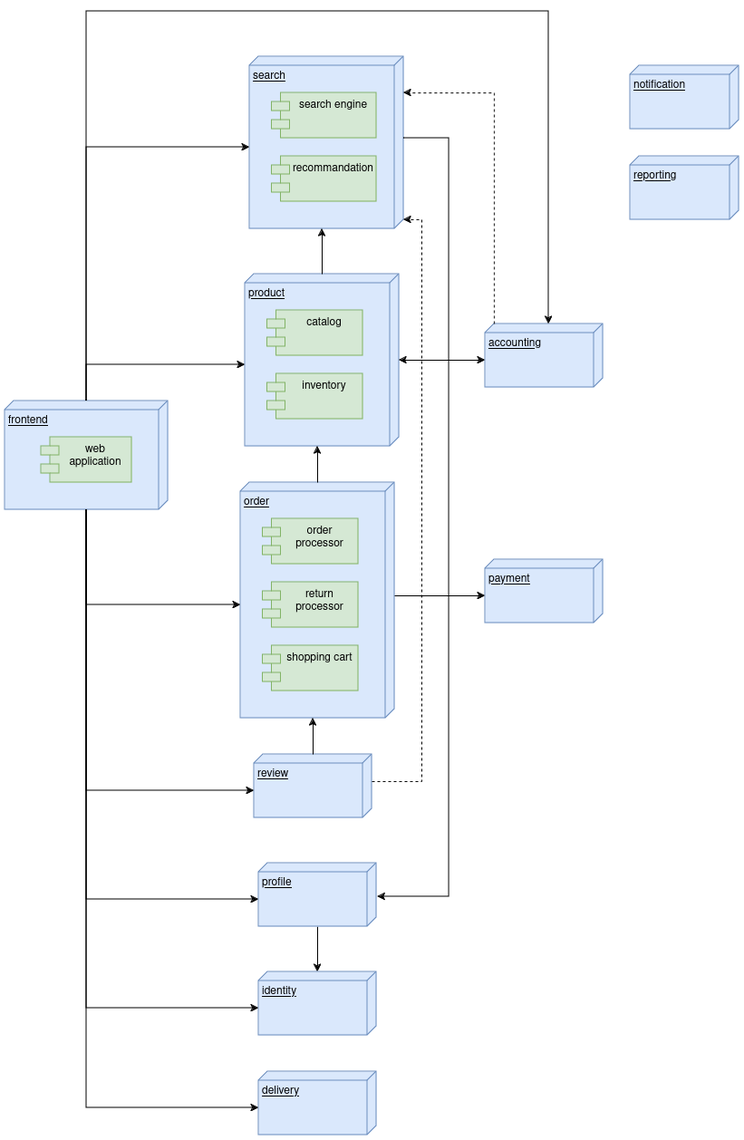
The draw.io diagram workflows/components_architecture.png in movies-albrains/.github, before a commit. Source tidied: cells renumbered, new cells last; positions are measured from the earlier drawing's top-left corner, leaving out a move shared by most shapes.
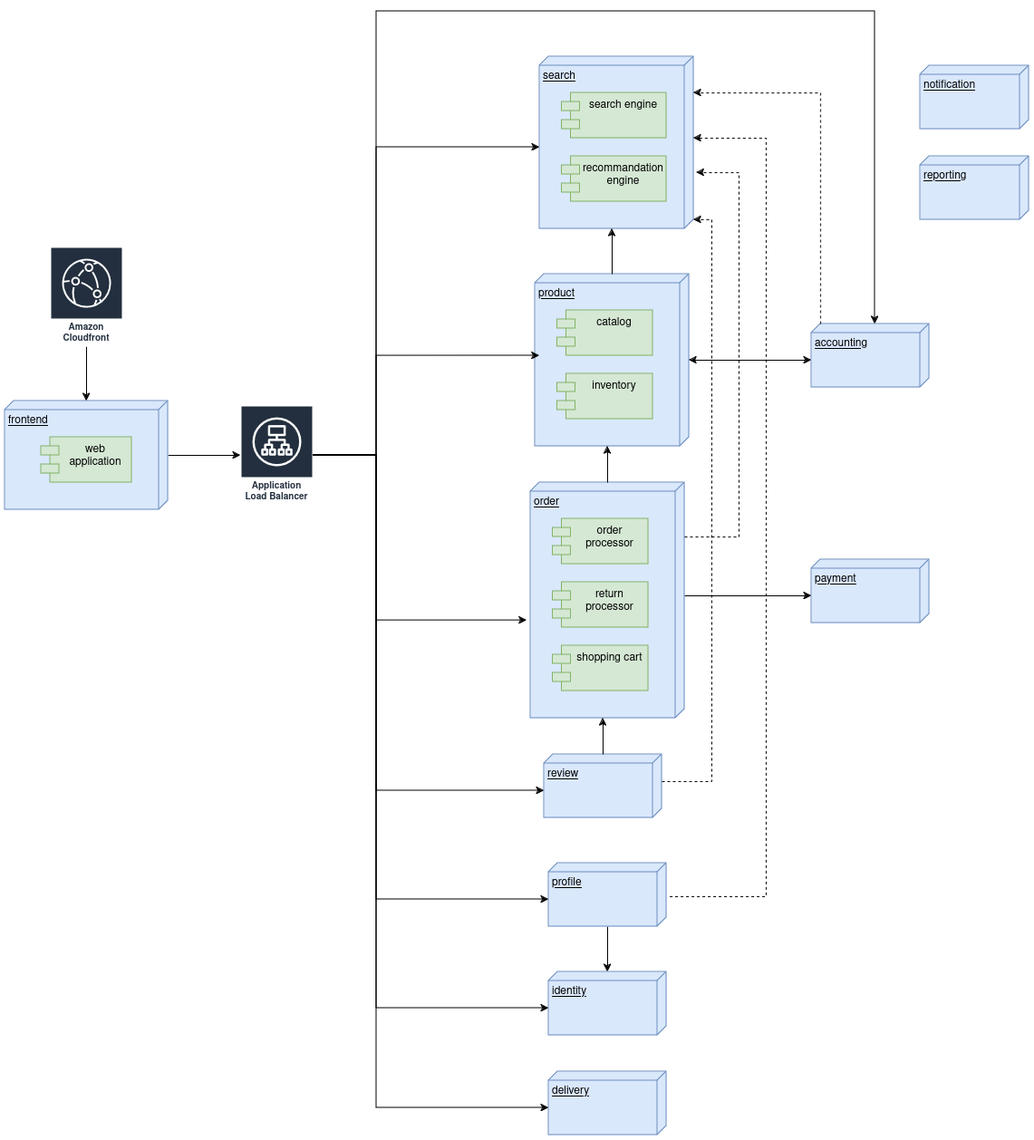
After the change.

Diff of the diagram source:
```diff
@@ -2,8 +2,11 @@
   <root>
     <mxCell id="0" />
     <mxCell id="1" parent="0" />
+    <mxCell id="39" style="edgeStyle=orthogonalEdgeStyle;rounded=0;jettySize=auto;html=1;" parent="1" edge="1" source="2" target="41">
+      <mxGeometry relative="1" as="geometry" />
+    </mxCell>
     <mxCell id="2" value="frontend" style="verticalAlign=top;align=left;spacingTop=8;spacingLeft=2;spacingRight=12;shape=cube;size=10;direction=south;fontStyle=4;html=1;whiteSpace=wrap;fillColor=#dae8fc;strokeColor=#6c8ebf;" parent="1" vertex="1">
-      <mxGeometry y="430" width="180" height="120" as="geometry" />
+      <mxGeometry x="-320" y="430" width="180" height="120" as="geometry" />
     </mxCell>
     <mxCell id="3" value="web application" style="shape=module;align=left;spacingLeft=20;align=center;verticalAlign=top;whiteSpace=wrap;html=1;fillColor=#d5e8d4;strokeColor=#82b366;" parent="2" vertex="1">
       <mxGeometry x="40" y="40" width="100" height="50" as="geometry" />
@@ -21,10 +24,10 @@
       <mxGeometry x="24.5" y="180" width="105.5" height="50" as="geometry" />
     </mxCell>
     <mxCell id="8" value="accounting" style="verticalAlign=top;align=left;spacingTop=8;spacingLeft=2;spacingRight=12;shape=cube;size=10;direction=south;fontStyle=4;html=1;whiteSpace=wrap;fillColor=#dae8fc;strokeColor=#6c8ebf;" parent="1" vertex="1">
-      <mxGeometry x="530" y="345" width="130" height="70" as="geometry" />
+      <mxGeometry x="570" y="345" width="130" height="70" as="geometry" />
     </mxCell>
     <mxCell id="9" value="payment" style="verticalAlign=top;align=left;spacingTop=8;spacingLeft=2;spacingRight=12;shape=cube;size=10;direction=south;fontStyle=4;html=1;whiteSpace=wrap;fillColor=#dae8fc;strokeColor=#6c8ebf;" parent="1" vertex="1">
-      <mxGeometry x="530" y="605" width="130" height="70" as="geometry" />
+      <mxGeometry x="570" y="605" width="130" height="70" as="geometry" />
     </mxCell>
     <mxCell id="10" value="notification" style="verticalAlign=top;align=left;spacingTop=8;spacingLeft=2;spacingRight=12;shape=cube;size=10;direction=south;fontStyle=4;html=1;whiteSpace=wrap;fillColor=#dae8fc;strokeColor=#6c8ebf;" parent="1" vertex="1">
       <mxGeometry x="690" y="60" width="120" height="70" as="geometry" />
@@ -59,7 +62,7 @@
     <mxCell id="20" value="search engine" style="shape=module;align=left;spacingLeft=20;align=center;verticalAlign=top;whiteSpace=wrap;html=1;fillColor=#d5e8d4;strokeColor=#82b366;" parent="19" vertex="1">
       <mxGeometry x="24.5" y="40" width="115.5" height="50" as="geometry" />
     </mxCell>
-    <mxCell id="21" value="recommandation" style="shape=module;align=left;spacingLeft=20;align=center;verticalAlign=top;whiteSpace=wrap;html=1;fillColor=#d5e8d4;strokeColor=#82b366;" parent="19" vertex="1">
+    <mxCell id="21" value="recommandation engine" style="shape=module;align=left;spacingLeft=20;align=center;verticalAlign=top;whiteSpace=wrap;html=1;fillColor=#d5e8d4;strokeColor=#82b366;" parent="19" vertex="1">
       <mxGeometry x="24.5" y="110" width="115.5" height="50" as="geometry" />
     </mxCell>
     <mxCell id="22" value="delivery" style="verticalAlign=top;align=left;spacingTop=8;spacingLeft=2;spacingRight=12;shape=cube;size=10;direction=south;fontStyle=4;html=1;whiteSpace=wrap;fillColor=#dae8fc;strokeColor=#6c8ebf;" parent="1" vertex="1">
@@ -71,71 +74,30 @@
     <mxCell id="24" style="edgeStyle=orthogonalEdgeStyle;rounded=0;jettySize=auto;html=1;entryX=0;entryY=0;entryDx=40;entryDy=130;entryPerimeter=0;startArrow=classic;startFill=1;" parent="1" edge="1" source="12" target="8">
       <mxGeometry relative="1" as="geometry" />
     </mxCell>
-    <mxCell id="25" style="edgeStyle=orthogonalEdgeStyle;rounded=0;jettySize=auto;html=1;exitX=0;exitY=0;exitDx=90;exitDy=0;exitPerimeter=0;entryX=0.529;entryY=-0.008;entryDx=0;entryDy=0;entryPerimeter=0;" parent="1" edge="1" source="19" target="16">
+    <mxCell id="25" style="edgeStyle=orthogonalEdgeStyle;rounded=0;jettySize=auto;html=1;exitX=0;exitY=0;exitDx=90;exitDy=0;exitPerimeter=0;entryX=0.529;entryY=-0.008;entryDx=0;entryDy=0;entryPerimeter=0;dashed=1;startArrow=classic;startFill=1;endArrow=none;endFill=0;" parent="1" edge="1" source="19" target="16">
       <mxGeometry relative="1" as="geometry">
         <Array as="points">
-          <mxPoint x="490" y="140" />
-          <mxPoint x="490" y="977" />
+          <mxPoint x="520" y="140" />
+          <mxPoint x="520" y="977" />
         </Array>
       </mxGeometry>
     </mxCell>
-    <mxCell id="26" style="edgeStyle=orthogonalEdgeStyle;rounded=0;jettySize=auto;html=1;entryX=0;entryY=0;entryDx=100;entryDy=170;entryPerimeter=0;" parent="1" edge="1" source="2" target="12">
-      <mxGeometry relative="1" as="geometry">
-        <Array as="points">
-          <mxPoint x="90" y="390" />
-        </Array>
-      </mxGeometry>
-    </mxCell>
-    <mxCell id="27" style="edgeStyle=orthogonalEdgeStyle;rounded=0;jettySize=auto;html=1;entryX=0;entryY=0;entryDx=135;entryDy=170;entryPerimeter=0;" parent="1" edge="1" source="2" target="4">
-      <mxGeometry relative="1" as="geometry">
-        <Array as="points">
-          <mxPoint x="90" y="655" />
-        </Array>
-      </mxGeometry>
-    </mxCell>
-    <mxCell id="28" style="edgeStyle=orthogonalEdgeStyle;rounded=0;jettySize=auto;html=1;entryX=0;entryY=0;entryDx=40;entryDy=130;entryPerimeter=0;" parent="1" edge="1" source="2" target="18">
-      <mxGeometry relative="1" as="geometry">
-        <Array as="points">
-          <mxPoint x="90" y="860" />
-        </Array>
-      </mxGeometry>
-    </mxCell>
-    <mxCell id="29" style="edgeStyle=orthogonalEdgeStyle;rounded=0;jettySize=auto;html=1;entryX=0;entryY=0;entryDx=40;entryDy=130;entryPerimeter=0;" parent="1" edge="1" source="2" target="16">
-      <mxGeometry relative="1" as="geometry">
-        <Array as="points">
-          <mxPoint x="90" y="980" />
-        </Array>
-      </mxGeometry>
-    </mxCell>
-    <mxCell id="30" style="edgeStyle=orthogonalEdgeStyle;rounded=0;jettySize=auto;html=1;entryX=0;entryY=0;entryDx=40;entryDy=130;entryPerimeter=0;" parent="1" edge="1" source="2" target="17">
-      <mxGeometry relative="1" as="geometry">
-        <Array as="points">
-          <mxPoint x="90" y="1100" />
-        </Array>
-      </mxGeometry>
-    </mxCell>
-    <mxCell id="31" style="edgeStyle=orthogonalEdgeStyle;rounded=0;jettySize=auto;html=1;entryX=0;entryY=0;entryDx=40;entryDy=130;entryPerimeter=0;" parent="1" edge="1" source="2" target="22">
+    <mxCell id="31" style="edgeStyle=orthogonalEdgeStyle;rounded=0;jettySize=auto;html=1;entryX=0;entryY=0;entryDx=40;entryDy=130;entryPerimeter=0;" parent="1" edge="1" source="41" target="22">
       <mxGeometry relative="1" as="geometry">
         <Array as="points">
           <mxPoint x="90" y="1210" />
         </Array>
       </mxGeometry>
     </mxCell>
-    <mxCell id="32" style="edgeStyle=orthogonalEdgeStyle;rounded=0;jettySize=auto;html=1;entryX=0;entryY=0;entryDx=100;entryDy=170;entryPerimeter=0;" parent="1" edge="1" source="2" target="19">
-      <mxGeometry relative="1" as="geometry">
-        <Array as="points">
-          <mxPoint x="90" y="150" />
-        </Array>
-      </mxGeometry>
-    </mxCell>
     <mxCell id="33" style="edgeStyle=orthogonalEdgeStyle;rounded=0;jettySize=auto;html=1;entryX=0;entryY=0;entryDx=190;entryDy=90;entryPerimeter=0;" parent="1" edge="1" source="12" target="19">
       <mxGeometry relative="1" as="geometry" />
     </mxCell>
-    <mxCell id="34" style="edgeStyle=orthogonalEdgeStyle;rounded=0;jettySize=auto;html=1;entryX=0;entryY=0;entryDx=0;entryDy=60;entryPerimeter=0;" parent="1" edge="1" source="2" target="8">
+    <mxCell id="34" style="edgeStyle=orthogonalEdgeStyle;rounded=0;jettySize=auto;html=1;entryX=0;entryY=0;entryDx=0;entryDy=60;entryPerimeter=0;" parent="1" edge="1" source="41" target="8">
       <mxGeometry relative="1" as="geometry">
         <Array as="points">
+          <mxPoint x="90" y="490" />
           <mxPoint x="90" />
-          <mxPoint x="600" />
+          <mxPoint x="640" />
         </Array>
       </mxGeometry>
     </mxCell>
@@ -151,5 +113,70 @@
     <mxCell id="38" style="edgeStyle=orthogonalEdgeStyle;rounded=0;jettySize=auto;html=1;entryX=0;entryY=0;entryDx=190;entryDy=90;entryPerimeter=0;" parent="1" edge="1" source="4" target="12">
       <mxGeometry relative="1" as="geometry" />
     </mxCell>
+    <mxCell id="40" style="edgeStyle=orthogonalEdgeStyle;rounded=0;jettySize=auto;html=1;exitX=0.231;exitY=0;exitDx=0;exitDy=0;exitPerimeter=0;entryX=0.674;entryY=-0.018;entryDx=0;entryDy=0;entryPerimeter=0;dashed=1;" parent="1" edge="1" source="4" target="19">
+      <mxGeometry relative="1" as="geometry">
+        <Array as="points">
+          <mxPoint x="490" y="580" />
+          <mxPoint x="490" y="178" />
+        </Array>
+      </mxGeometry>
+    </mxCell>
+    <mxCell id="41" value="Application Load Balancer" style="sketch=0;outlineConnect=0;fontColor=#232F3E;gradientColor=none;strokeColor=#ffffff;fillColor=#232F3E;dashed=0;verticalLabelPosition=middle;verticalAlign=bottom;align=center;html=1;whiteSpace=wrap;fontSize=10;fontStyle=1;spacing=3;shape=mxgraph.aws4.productIcon;prIcon=mxgraph.aws4.application_load_balancer;" parent="1" vertex="1">
+      <mxGeometry x="-60" y="435" width="80" height="110" as="geometry" />
+    </mxCell>
+    <mxCell id="42" style="edgeStyle=orthogonalEdgeStyle;rounded=0;jettySize=auto;html=1;entryX=0;entryY=0;entryDx=100;entryDy=170;entryPerimeter=0;" parent="1" edge="1" source="41" target="19">
+      <mxGeometry relative="1" as="geometry">
+        <Array as="points">
+          <mxPoint x="90" y="490" />
+          <mxPoint x="90" y="150" />
+        </Array>
+      </mxGeometry>
+    </mxCell>
+    <mxCell id="43" style="edgeStyle=orthogonalEdgeStyle;rounded=0;jettySize=auto;html=1;entryX=0;entryY=0;entryDx=40;entryDy=130;entryPerimeter=0;" parent="1" edge="1" source="41" target="17">
+      <mxGeometry relative="1" as="geometry">
+        <Array as="points">
+          <mxPoint x="90" y="490" />
+          <mxPoint x="90" y="1100" />
+        </Array>
+      </mxGeometry>
+    </mxCell>
+    <mxCell id="44" style="edgeStyle=orthogonalEdgeStyle;rounded=0;jettySize=auto;html=1;entryX=0;entryY=0;entryDx=40;entryDy=130;entryPerimeter=0;" parent="1" edge="1" source="41" target="16">
+      <mxGeometry relative="1" as="geometry">
+        <Array as="points">
+          <mxPoint x="90" y="490" />
+          <mxPoint x="90" y="980" />
+        </Array>
+      </mxGeometry>
+    </mxCell>
+    <mxCell id="45" style="edgeStyle=orthogonalEdgeStyle;rounded=0;jettySize=auto;html=1;entryX=0;entryY=0;entryDx=40;entryDy=130;entryPerimeter=0;" parent="1" edge="1" source="41" target="18">
+      <mxGeometry relative="1" as="geometry">
+        <Array as="points">
+          <mxPoint x="90" y="490" />
+          <mxPoint x="90" y="860" />
+        </Array>
+      </mxGeometry>
+    </mxCell>
+    <mxCell id="46" style="edgeStyle=orthogonalEdgeStyle;rounded=0;jettySize=auto;html=1;entryX=0.585;entryY=1.024;entryDx=0;entryDy=0;entryPerimeter=0;" parent="1" edge="1" source="41" target="4">
+      <mxGeometry relative="1" as="geometry">
+        <Array as="points">
+          <mxPoint x="90" y="490" />
+          <mxPoint x="90" y="672" />
+        </Array>
+      </mxGeometry>
+    </mxCell>
+    <mxCell id="47" style="edgeStyle=orthogonalEdgeStyle;rounded=0;jettySize=auto;html=1;entryX=0.474;entryY=0.971;entryDx=0;entryDy=0;entryPerimeter=0;" parent="1" edge="1" source="41" target="12">
+      <mxGeometry relative="1" as="geometry">
+        <Array as="points">
+          <mxPoint x="90" y="490" />
+          <mxPoint x="90" y="380" />
+        </Array>
+      </mxGeometry>
+    </mxCell>
+    <mxCell id="48" style="edgeStyle=orthogonalEdgeStyle;rounded=0;jettySize=auto;html=1;" parent="1" edge="1" source="49" target="2">
+      <mxGeometry relative="1" as="geometry" />
+    </mxCell>
+    <mxCell id="49" value="Amazon Cloudfront" style="sketch=0;outlineConnect=0;fontColor=#232F3E;gradientColor=none;strokeColor=#ffffff;fillColor=#232F3E;dashed=0;verticalLabelPosition=middle;verticalAlign=bottom;align=center;html=1;whiteSpace=wrap;fontSize=10;fontStyle=1;spacing=3;shape=mxgraph.aws4.productIcon;prIcon=mxgraph.aws4.cloudfront;" parent="1" vertex="1">
+      <mxGeometry x="-270" y="260" width="80" height="110" as="geometry" />
+    </mxCell>
   </root>
 </mxGraphModel>
```
